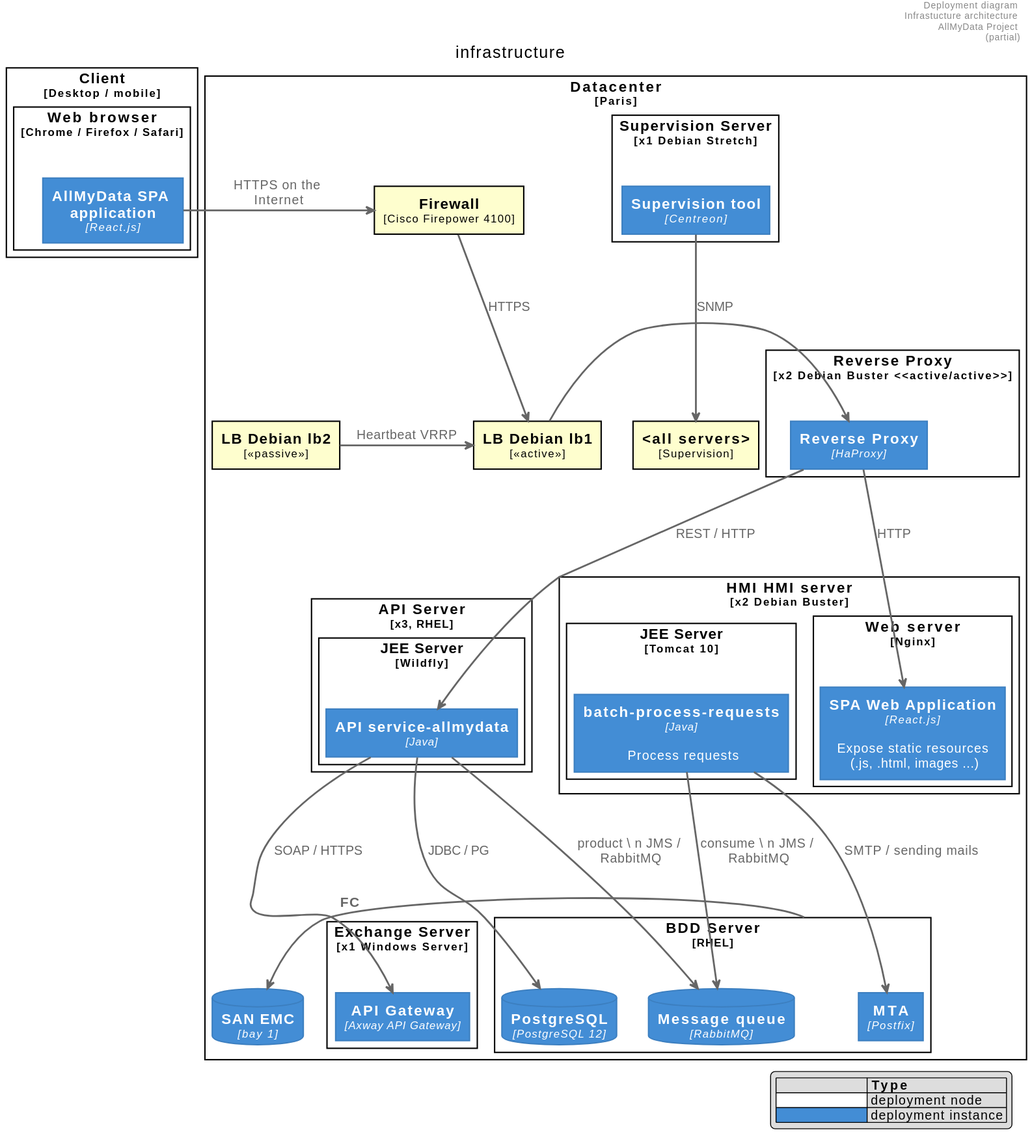
Above: diagrams/infrastructure.svg in bflorat/architecture-document-template (PlantUML), before the change. The source it was exported from:
```plantuml
@startuml


!define ELEMENT_FONT_COLOR #FFFFFF


!define TECHN_FONT_SIZE 12

skinparam defaultTextAlignment center

skinparam wrapWidth 200
skinparam maxMessageSize 150

skinparam rectangle {
    StereotypeFontSize 12
    shadowing false
}

skinparam database {
    StereotypeFontSize 12
    shadowing false
}

skinparam Arrow {
    Color #666666
    FontColor #666666
    FontSize 14
    Thickness 2
}

skinparam rectangle<<zone>> {
    Shadowing false
    StereotypeFontSize 0
    FontColor #444444
    BorderColor #444444
    BorderStyle dashed
}


!definelong LAYOUT_AS_SKETCH
skinparam backgroundColor #EEEBDC
skinparam handwritten true
skinparam defaultFontName "Comic Sans MS"
center footer <font color=red>Warning:</font> Created for discussion, needs to be validated
!enddefinelong

!define LAYOUT_TOP_DOWN top to bottom direction
!define LAYOUT_LEFT_RIGHT left to right direction


!define Boundary(e_alias, e_label) rectangle "==e_label" <<zone>> as e_alias
!define Boundary(e_alias, e_label, e_type) rectangle "==e_label\n<size:TECHN_FONT_SIZE>[e_type]</size>" <<zone>> as e_alias


!define Rel_(e_alias1, e_alias2, e_label, e_direction="") e_alias1 e_direction e_alias2 : "===e_label"
!define Rel_(e_alias1, e_alias2, e_label, e_techn, e_direction="") e_alias1 e_direction e_alias2 : "===e_label\n//<size:TECHN_FONT_SIZE>[e_techn]</size>//"

!define Rel(e_from,e_to, e_label) Rel_(e_from,e_to, e_label, "-->")
!define Rel(e_from,e_to, e_label, e_techn) Rel_(e_from,e_to, e_label, e_techn, "-->")

!define Rel_Back(e_to, e_from, e_label) Rel_(e_to, e_from, e_label, "<--")
!define Rel_Back(e_to, e_from, e_label, e_techn) Rel_(e_to, e_from, e_label, e_techn, "<--")

!define Rel_Neighbor(e_from,e_to, e_label) Rel_(e_from,e_to, e_label, "->")
!define Rel_Neighbor(e_from,e_to, e_label, e_techn) Rel_(e_from,e_to, e_label, e_techn, "->")

!define Rel_Back_Neighbor(e_to, e_from, e_label) Rel_(e_to, e_from, e_label, "<-")
!define Rel_Back_Neighbor(e_to, e_from, e_label, e_techn) Rel_(e_to, e_from, e_label, e_techn, "<-")

!define Rel_D(e_from,e_to, e_label) Rel_(e_from,e_to, e_label, "-DOWN->")
!define Rel_D(e_from,e_to, e_label, e_techn) Rel_(e_from,e_to, e_label, e_techn, "-DOWN->")
!define Rel_Down(e_from,e_to, e_label) Rel_D(e_from,e_to, e_label)
!define Rel_Down(e_from,e_to, e_label, e_techn) Rel_D(e_from,e_to, e_label, e_techn)

!define Rel_U(e_from,e_to, e_label) Rel_(e_from,e_to, e_label, "-UP->")
!define Rel_U(e_from,e_to, e_label, e_techn) Rel_(e_from,e_to, e_label, e_techn, "-UP->")
!define Rel_Up(e_from,e_to, e_label) Rel_U(e_from,e_to, e_label)
!define Rel_Up(e_from,e_to, e_label, e_techn) Rel_U(e_from,e_to, e_label, e_techn)

!define Rel_L(e_from,e_to, e_label) Rel_(e_from,e_to, e_label, "-LEFT->")
!define Rel_L(e_from,e_to, e_label, e_techn) Rel_(e_from,e_to, e_label, e_techn, "-LEFT->")
!define Rel_Left(e_from,e_to, e_label) Rel_L(e_from,e_to, e_label)
!define Rel_Left(e_from,e_to, e_label, e_techn) Rel_L(e_from,e_to, e_label, e_techn)

!define Rel_R(e_from,e_to, e_label) Rel_(e_from,e_to, e_label, "-RIGHT->")
!define Rel_R(e_from,e_to, e_label, e_techn) Rel_(e_from,e_to, e_label, e_techn, "-RIGHT->")
!define Rel_Right(e_from,e_to, e_label) Rel_R(e_from,e_to, e_label)
!define Rel_Right(e_from,e_to, e_label, e_techn) Rel_R(e_from,e_to, e_label, e_techn)


!define Lay_D(e_from, e_to) e_from -[hidden]D- e_to
!define Lay_U(e_from, e_to) e_from -[hidden]U- e_to
!define Lay_R(e_from, e_to) e_from -[hidden]R- e_to
!define Lay_L(e_from, e_to) e_from -[hidden]L- e_to



!define PERSON_BG_COLOR #08427B
!define EXTERNAL_PERSON_BG_COLOR #686868
!define SYSTEM_BG_COLOR #1168BD
!define EXTERNAL_SYSTEM_BG_COLOR #999999


skinparam rectangle<<person>> {
    StereotypeFontColor ELEMENT_FONT_COLOR
    FontColor ELEMENT_FONT_COLOR
    BackgroundColor PERSON_BG_COLOR
    BorderColor #073B6F
}

skinparam rectangle<<external_person>> {
    StereotypeFontColor ELEMENT_FONT_COLOR
    FontColor ELEMENT_FONT_COLOR
    BackgroundColor EXTERNAL_PERSON_BG_COLOR
    BorderColor #8A8A8A
}

skinparam rectangle<<system>> {
    StereotypeFontColor ELEMENT_FONT_COLOR
    FontColor ELEMENT_FONT_COLOR
    BackgroundColor SYSTEM_BG_COLOR
    BorderColor #3C7FC0
}

skinparam rectangle<<external_system>> {
    StereotypeFontColor ELEMENT_FONT_COLOR
    FontColor ELEMENT_FONT_COLOR
    BackgroundColor EXTERNAL_SYSTEM_BG_COLOR
    BorderColor #8A8A8A
}

skinparam database<<system>> {
    StereotypeFontColor ELEMENT_FONT_COLOR
    FontColor ELEMENT_FONT_COLOR
    BackgroundColor SYSTEM_BG_COLOR
    BorderColor #3C7FC0
}

skinparam database<<external_system>> {
    StereotypeFontColor ELEMENT_FONT_COLOR
    FontColor ELEMENT_FONT_COLOR
    BackgroundColor EXTERNAL_SYSTEM_BG_COLOR
    BorderColor #8A8A8A
}


!definelong LAYOUT_WITH_LEGEND
hide stereotype
legend right
|=              |= Type |
|<PERSON_BG_COLOR>      | person |
|<EXTERNAL_PERSON_BG_COLOR>      | external person |
|<SYSTEM_BG_COLOR>   | system |
|<EXTERNAL_SYSTEM_BG_COLOR>      | external system |
endlegend
!enddefinelong


!define Person(e_alias, e_label) rectangle "==e_label" <<person>> as e_alias
!define Person(e_alias, e_label, e_descr) rectangle "==e_label\n\n e_descr" <<person>> as e_alias

!define Person_Ext(e_alias, e_label) rectangle "==e_label" <<external_person>> as e_alias
!define Person_Ext(e_alias, e_label, e_descr) rectangle "==e_label\n\n e_descr" <<external_person>> as e_alias

!define System(e_alias, e_label) rectangle "==e_label" <<system>> as e_alias
!define System(e_alias, e_label, e_descr) rectangle "==e_label\n\n e_descr" <<system>> as e_alias

!define System_Ext(e_alias, e_label) rectangle "==e_label" <<external_system>> as e_alias
!define System_Ext(e_alias, e_label, e_descr) rectangle "==e_label\n\n e_descr" <<external_system>> as e_alias

!define SystemDb(e_alias, e_label) database "==e_label" <<system>> as e_alias
!define SystemDb(e_alias, e_label, e_descr) database "==e_label\n\n e_descr" <<system>> as e_alias

!define SystemDb_Ext(e_alias, e_label) database "==e_label" <<external_system>> as e_alias
!define SystemDb_Ext(e_alias, e_label, e_descr) database "==e_label\n\n e_descr" <<external_system>> as e_alias


!define Enterprise_Boundary(e_alias, e_label) Boundary(e_alias, e_label, "Enterprise")
!define System_Boundary(e_alias, e_label) Boundary(e_alias, e_label, "System")



!define CONTAINER_BG_COLOR #438DD5


skinparam rectangle<<unité déployable>> {
    StereotypeFontColor ELEMENT_FONT_COLOR
    FontColor ELEMENT_FONT_COLOR
    BackgroundColor CONTAINER_BG_COLOR
    BorderColor #3C7FC0
}

skinparam database<<unité déployable>> {
    StereotypeFontColor ELEMENT_FONT_COLOR
    FontColor ELEMENT_FONT_COLOR
    BackgroundColor CONTAINER_BG_COLOR
    BorderColor #3C7FC0
}


!definelong LAYOUT_WITH_LEGEND
hide stereotype
legend right
|=              |= Type |
|<PERSON_BG_COLOR>      | person |
|<EXTERNAL_PERSON_BG_COLOR>      | external person |
|<SYSTEM_BG_COLOR>   | system |
|<EXTERNAL_SYSTEM_BG_COLOR>      | external system |
|<CONTAINER_BG_COLOR>   | container |
endlegend
!enddefinelong


!define Container(e_alias, e_label) rectangle "==e_label" <<unité déployable>> as e_alias
!define Container(e_alias, e_label, e_techn) rectangle "==e_label\n//<size:TECHN_FONT_SIZE>[e_techn]</size>//" <<unité déployable>> as e_alias
!define Container(e_alias, e_label, e_techn, e_descr) rectangle "==e_label\n//<size:TECHN_FONT_SIZE>[e_techn]</size>//\n\n e_descr" <<unité déployable>> as e_alias

!define ContainerDb(e_alias, e_label, e_techn) database "==e_label\n//<size:TECHN_FONT_SIZE>[e_techn]</size>//" <<unité déployable>> as e_alias
!define ContainerDb(e_alias, e_label, e_techn, e_descr) database "==e_label\n//<size:TECHN_FONT_SIZE>[e_techn]</size>//\n\n e_descr" <<unité déployable>> as e_alias


!define Container_Boundary(e_alias, e_label) Boundary(e_alias, e_label, "Container")



!define COMPONENT_BG_COLOR #85BBF0


skinparam rectangle<<component>> {
    StereotypeFontColor ELEMENT_FONT_COLOR
    FontColor #000000
    BackgroundColor COMPONENT_BG_COLOR
    BorderColor #78A8D8
}

skinparam database<<component>> {
    StereotypeFontColor ELEMENT_FONT_COLOR
    FontColor #000000
    BackgroundColor COMPONENT_BG_COLOR
    BorderColor #78A8D8
}


!definelong LAYOUT_WITH_LEGEND
hide stereotype
legend right
|=              |= Type |
|<PERSON_BG_COLOR>      | person |
|<EXTERNAL_PERSON_BG_COLOR>      | external person |
|<SYSTEM_BG_COLOR>   | system |
|<EXTERNAL_SYSTEM_BG_COLOR>      | external system |
|<CONTAINER_BG_COLOR>   | container |
|<COMPONENT_BG_COLOR>   | component |
endlegend
!enddefinelong


!define Component(e_alias, e_label, e_techn) rectangle "==e_label\n//<size:TECHN_FONT_SIZE>[e_techn]</size>//" <<component>> as e_alias
!define Component(e_alias, e_label, e_techn, e_descr) rectangle "==e_label\n//<size:TECHN_FONT_SIZE>[e_techn]</size>//\n\n e_descr" <<component>> as e_alias

!define ComponentDb(e_alias, e_label, e_techn) database "==e_label\n//<size:TECHN_FONT_SIZE>[e_techn]</size>//" <<component>> as e_alias
!define ComponentDb(e_alias, e_label, e_techn, e_descr) database "==e_label\n//<size:TECHN_FONT_SIZE>[e_techn]</size>//\n\n e_descr" <<component>> as e_alias




!define INSTANCE_BG_COLOR  #438DD5

!define NODE_FONT_COLOR    #444444
!define NODE_BG_COLOR      #FFFFFF


skinparam rectangle<<instance>> {
  roundCorner 8
  Shadowing false
  StereotypeFontColor ELEMENT_FONT_COLOR
  FontColor ELEMENT_FONT_COLOR
  BackgroundColor INSTANCE_BG_COLOR
  BorderColor #3C7FC0
}

skinparam database<<instance>> {
  roundCorner 8
  Shadowing false
  StereotypeFontColor ELEMENT_FONT_COLOR
  FontColor ELEMENT_FONT_COLOR
  BackgroundColor INSTANCE_BG_COLOR
  BorderColor #3C7FC0
}

skinparam rectangle<<node>> {
  roundCorner 8
  Shadowing false
  StereotypeFontSize 0
  FontColor NODE_FONT_COLOR
  BackgroundColor NODE_BG_COLOR
  BorderColor #444444
}


!definelong LAYOUT_WITH_LEGEND
hide stereotype
legend right
|=                    |= Type               |
|<NODE_BG_COLOR>      | deployment node     |
|<INSTANCE_BG_COLOR>  | deployment instance |
endlegend
!enddefinelong

!define ContainerInstance(e_alias, e_label, e_techn) rectangle "==e_label\n<size:TECHN_FONT_SIZE>[e_techn]</size>" <<instance>> as e_alias
!define ContainerInstance(e_alias, e_label, e_techn, e_descr) rectangle "==e_label\n<size:TECHN_FONT_SIZE>[e_techn]</size>\n e_descr" <<instance>> as e_alias
!define ContainerInstanceDb(e_alias, e_label, e_techn) database "==e_label\n<size:TECHN_FONT_SIZE>[e_techn]</size>" <<instance>> as e_alias
!define ContainerInstanceDb(e_alias, e_label, e_techn, e_descr) database "==e_label\n<size:TECHN_FONT_SIZE>[e_techn]</size>\n e_descr" <<instance>> as e_alias

!define ContainerInstance2(e_alias, e_instance, e_label, e_techn) rectangle "==e_label\n<size:TECHN_FONT_SIZE>Instance: e_instance</size>\n<size:TECHN_FONT_SIZE>[e_techn]</size>" <<instance>> as e_alias
!define ContainerInstance2(e_alias, e_instance, e_label, e_techn, e_descr) rectangle "==e_label\n<size:TECHN_FONT_SIZE>Instance: e_instance</size>\n<size:TECHN_FONT_SIZE>[e_techn]</size>\n e_descr" <<instance>> as e_alias
!define ContainerInstanceDb2(e_alias, e_instance, e_label, e_techn) database "==e_label\n<size:TECHN_FONT_SIZE>Instance: e_instance</size>\n<size:TECHN_FONT_SIZE>[e_techn]</size>" <<instance>> as e_alias
!define ContainerInstanceDb2(e_alias, e_instance, e_label, e_techn, e_descr) database "==e_label\n<size:TECHN_FONT_SIZE>Instance: e_instance</size>\n<size:TECHN_FONT_SIZE>[e_techn]</size>\n e_descr" <<instance>> as e_alias

!define Node(e_alias, e_label, e_techn) rectangle "==e_label\n<size:TECHN_FONT_SIZE>[e_techn]</size>" as e_alias

title infrastructure
header Deployment diagram \nInfrastucture architecture \n AllMyData Project \n(partial)
LAYOUT_WITH_LEGEND()


Node("client", "Client", "Desktop / mobile") {
  Node("nav1", "Web browser", "Chrome / Firefox / Safari") {
    Container("spa", "AllMyData SPA application", "React.js")
  }
}

Node("dc", "Datacenter", "Paris") {
    Node("r2", "Firewall", "Cisco Firepower 4100")
    Node("lb1", "LB Debian lb1", "<<active>>")
    Node("lb2", "LB Debian lb2", "<<passive>>")

    Node("rp1", "Reverse Proxy", "x2 Debian Buster <<active/active>>") {
      Container("ha1", "Reverse Proxy", "HaProxy")
    }

    Node("server_gui", "HMI HMI server", "x2 Debian Buster") {
      Node("sw1", "Web server", "Nginx") {
        Container("guis1", "SPA Web Application", "React.js", "Expose static resources \n (.js, .html, images ...)")
      }
      Node("tomcat_batchs1", "JEE Server", "Tomcat 10") {
        Container("batch1", "batch-process-requests", "Java", "Process requests")
      }
    }

    Node("API_server", "API Server", "x3, RHEL") {
      Node("wilfly1", "JEE Server", "Wildfly") {
        Container("api1", "API service-allmydata", "Java")
      }
    }

    Node("bdd1", "BDD Server", "RHEL") {
      ContainerDb("pg1", "PostgreSQL", "PostgreSQL 12")
      ContainerDb("mq1", "Message queue", "RabbitMQ")
      Container("mail1", "MTA", "Postfix")
    }

    Node("sup1_server", "Supervision Server", "x1 Debian Stretch") {
      Container("sup1", "Supervision tool", "Centreon")
    }

    Node("ech1", "Exchange Server", "x1 Windows Server") {
      Container("gw1", "API Gateway", "Axway API Gateway")
    }

    ContainerDb("bay1", "SAN EMC", "bay 1")
    Node("all_servers", "<all servers>", "Supervision")
}

spa -> r2 : HTTPS on the Internet
r2 --> lb1 : HTTPS
lb2 -> lb1 : Heartbeat VRRP
lb1 -> ha1
ha1 --> guis1 : HTTP
api1 -> mq1 : product \ n JMS / RabbitMQ
batch1 --> mq1 : consume \ n JMS / RabbitMQ
api1 --> pg1: JDBC / PG
batch1 --> mail1 : SMTP / sending mails
api1 --> gw1 : SOAP / HTTPS
ha1 --> api1 : REST / HTTP
sup1 --> all_servers : SNMP

Rel_Left("bdd1", "bay1", "FC")
@enduml
```
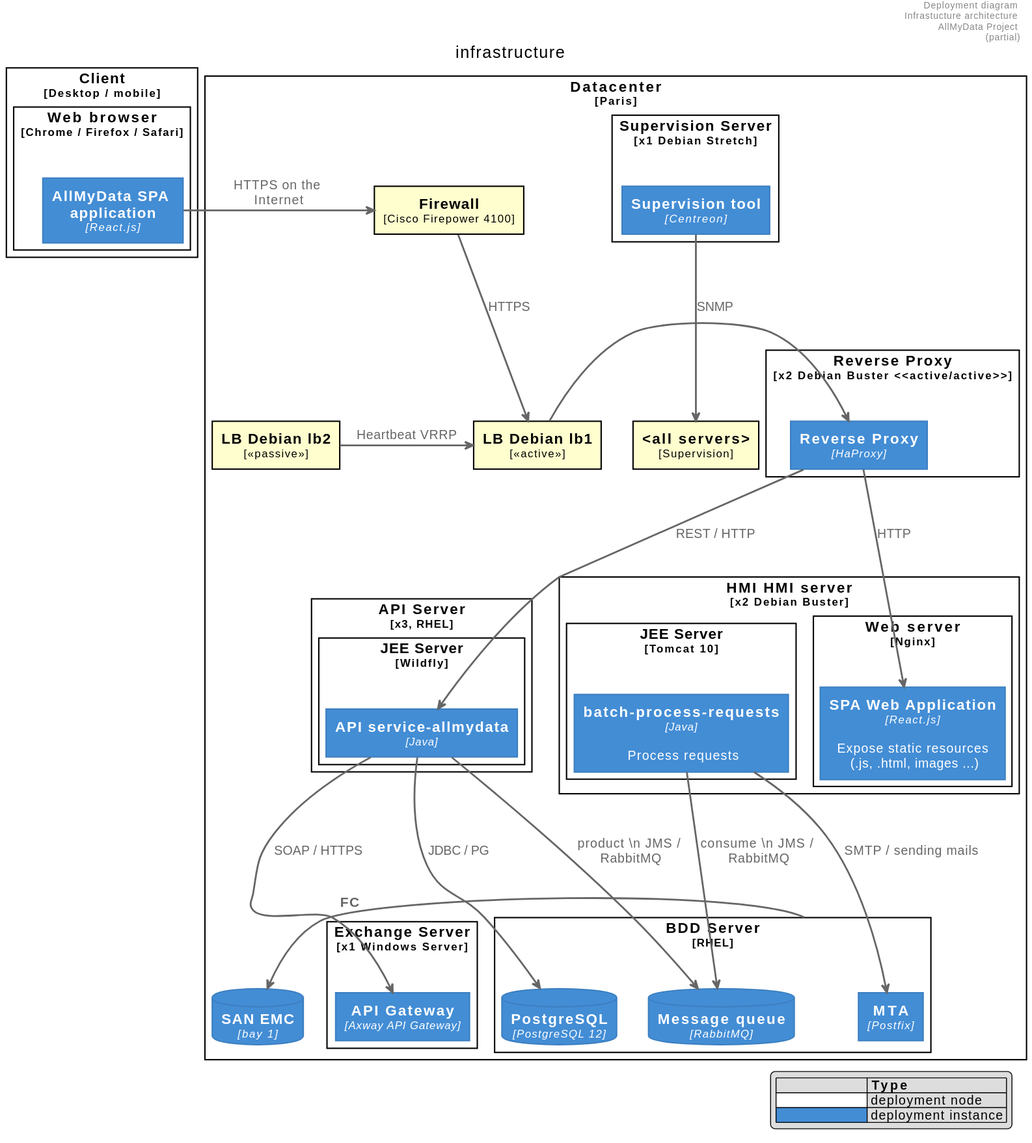
Later version of the same file.

Change to the diagram source:
```diff
@@ -377,8 +377,8 @@
 lb2 -> lb1 : Heartbeat VRRP
 lb1 -> ha1
 ha1 --> guis1 : HTTP
-api1 -> mq1 : product \ n JMS / RabbitMQ
-batch1 --> mq1 : consume \ n JMS / RabbitMQ
+api1 -> mq1 : product \n JMS / RabbitMQ
+batch1 --> mq1 : consume \n JMS / RabbitMQ
 api1 --> pg1: JDBC / PG
 batch1 --> mail1 : SMTP / sending mails
 api1 --> gw1 : SOAP / HTTPS
```
